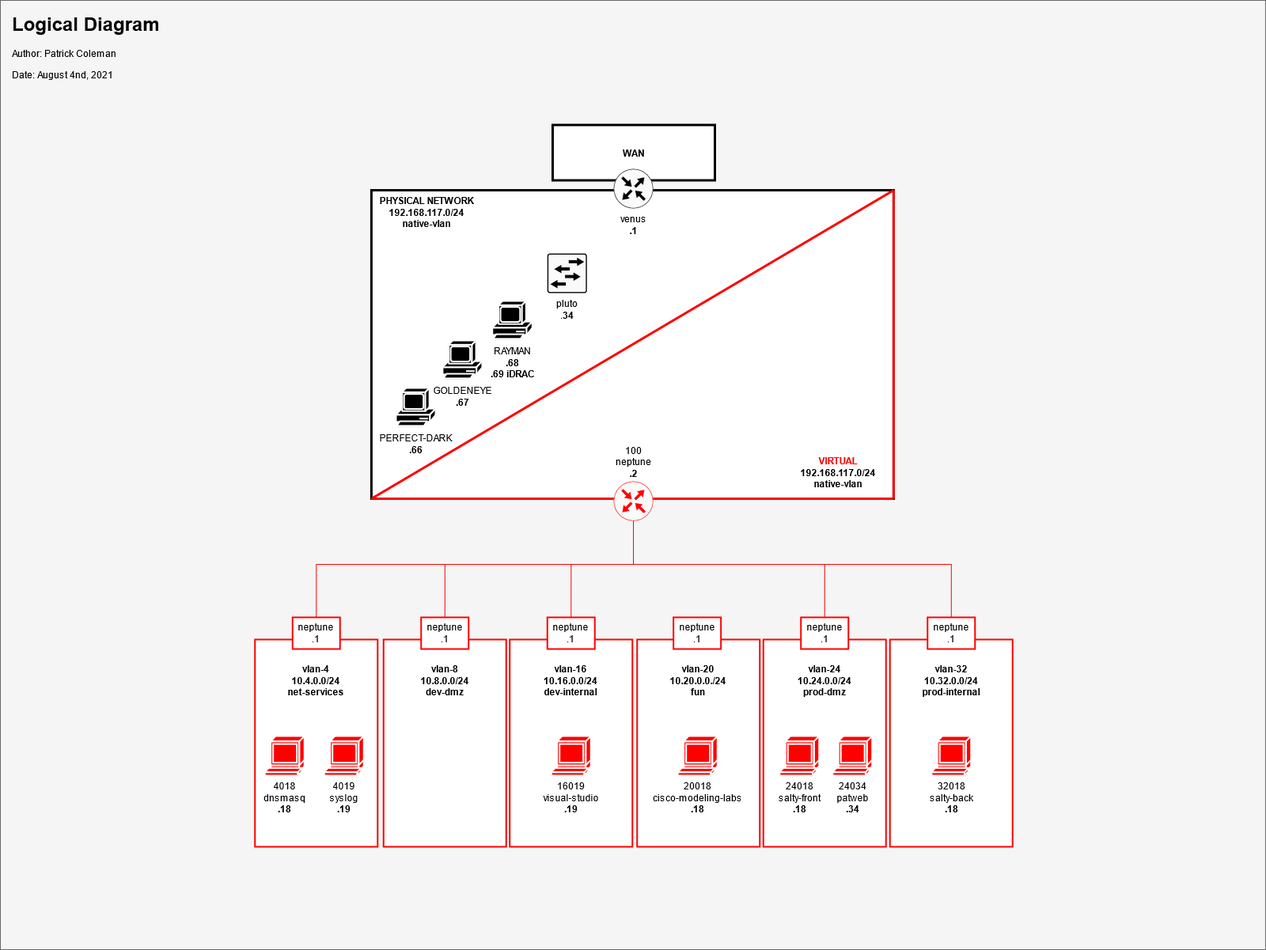
This is app/static/img/homenet-logical.png from patbcole117/PatWeb, a draw.io export, as it was before one commit. Source tidied: cells renumbered, new cells last; positions are measured from the earlier drawing's top-left corner, leaving out a move shared by most shapes.
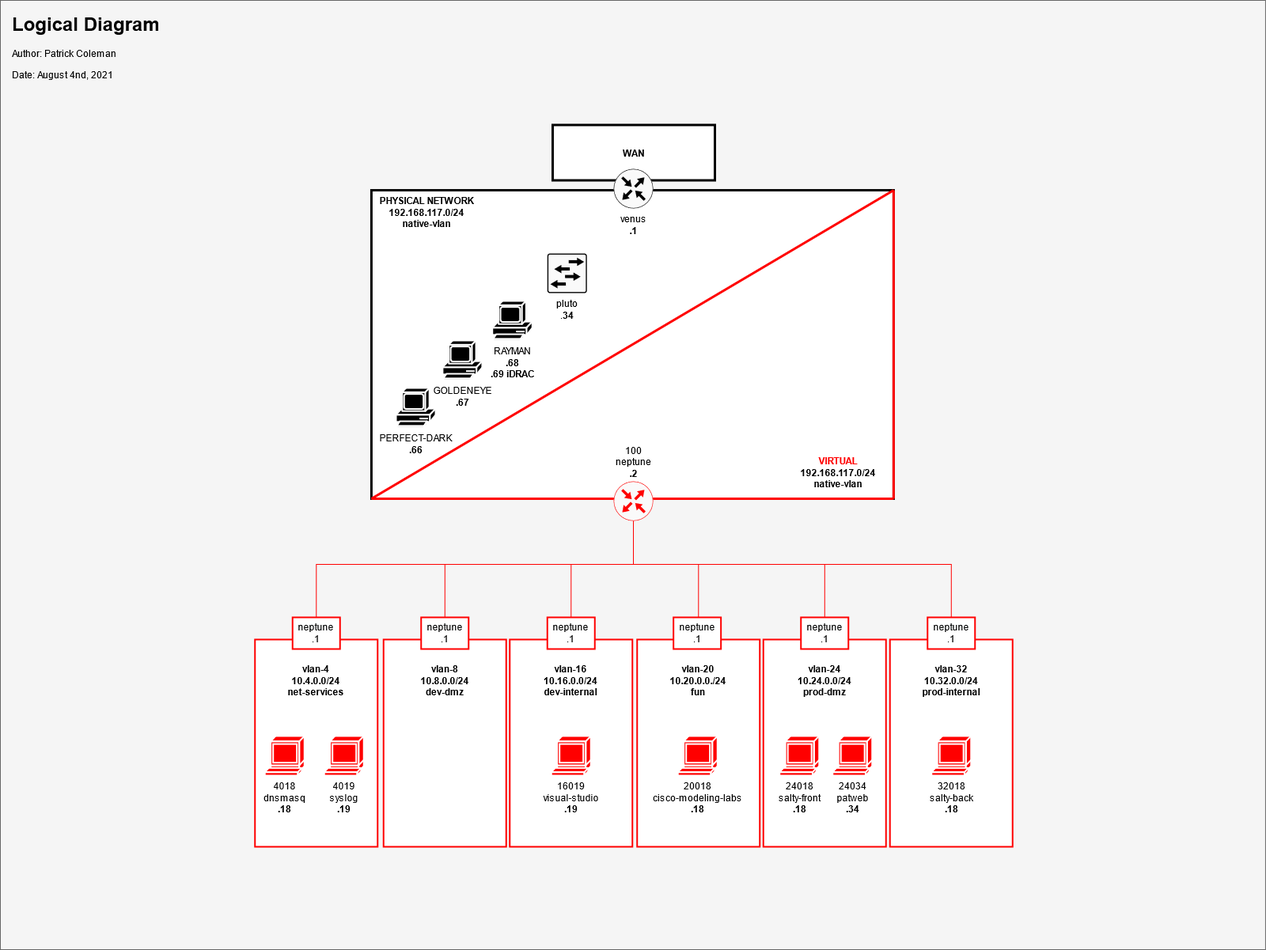
Above is the later version.

Diff of the diagram source:
```diff
@@ -82,6 +82,16 @@
     <mxCell id="17" style="endArrow=none;html=1;strokeColor=#FF0000;strokeWidth=3;exitX=0;exitY=1;exitDx=0;exitDy=0;entryX=1;entryY=1;entryDx=0;entryDy=0;" parent="1" edge="1" source="16" target="16">
       <mxGeometry x="-436.1" y="383" as="geometry" />
     </mxCell>
+    <mxCell id="49" style="edgeStyle=orthogonalEdgeStyle;rounded=0;orthogonalLoop=1;jettySize=auto;html=1;exitX=0.5;exitY=1;exitDx=0;exitDy=0;exitPerimeter=0;entryX=0.5;entryY=0;entryDx=0;entryDy=0;strokeColor=#FF0000;" parent="1" edge="1">
+      <mxGeometry relative="1" as="geometry">
+        <mxPoint x="800" y="661" as="sourcePoint" />
+        <mxPoint x="882.2" y="853" as="targetPoint" />
+        <Array as="points">
+          <mxPoint x="800" y="713" />
+          <mxPoint x="882" y="713" />
+        </Array>
+      </mxGeometry>
+    </mxCell>
     <mxCell id="18" value="&lt;div&gt;100&lt;br&gt;&lt;/div&gt;&lt;div&gt;neptune&lt;/div&gt;&lt;div&gt;&lt;b&gt;.2&lt;/b&gt;&lt;br&gt;&lt;/div&gt;" style="points=[[0.5,0,0],[1,0.5,0],[0.5,1,0],[0,0.5,0],[0.145,0.145,0],[0.8555,0.145,0],[0.855,0.8555,0],[0.145,0.855,0]];verticalLabelPosition=top;html=1;verticalAlign=bottom;align=center;shape=mxgraph.cisco19.rect;prIcon=router;fillColor=#FAFAFA;strokeColor=#FF0000;labelPosition=center;" parent="1" vertex="1">
       <mxGeometry x="775" y="608" width="50" height="50" as="geometry" />
     </mxCell>
```
